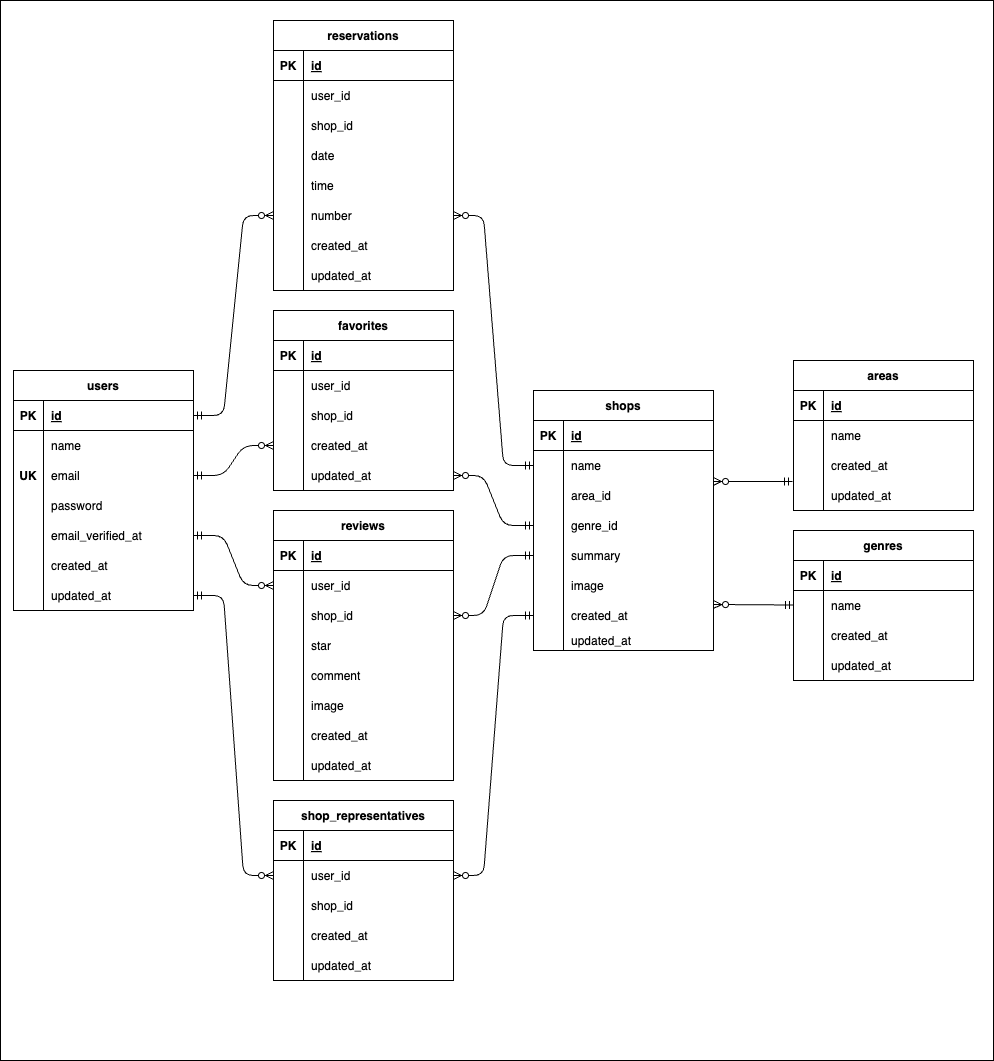
Earlier version of the draw.io export img/erd.png (mami-nakagawa/rese). Source tidied: cells renumbered, new cells last; positions are measured from the earlier drawing's top-left corner, leaving out a move shared by most shapes.
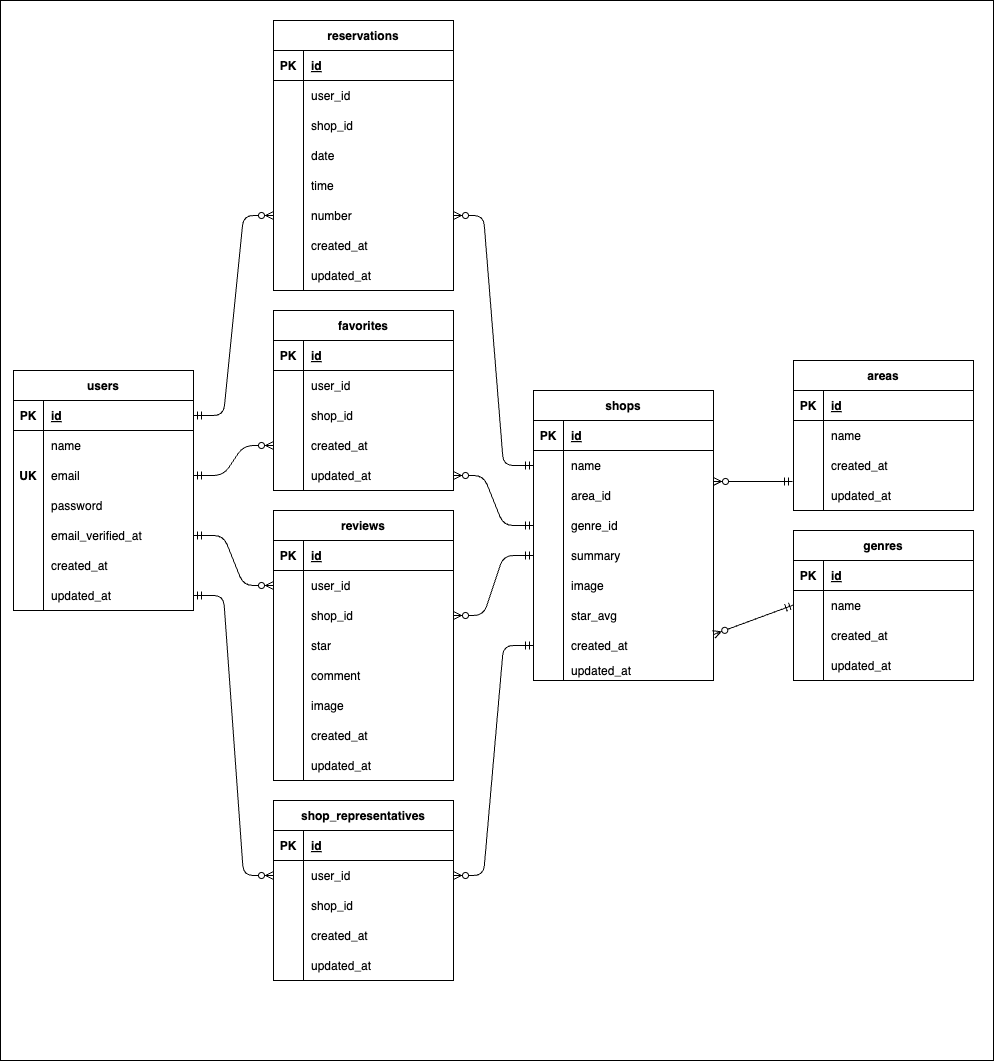
The same file after the commit.

What changed in the source:
```diff
@@ -6,7 +6,7 @@
       <mxGeometry width="993" height="1060" as="geometry" />
     </mxCell>
     <mxCell id="3" value="shops" style="shape=table;startSize=30;rowLines=0;fontStyle=1;align=center;" parent="1" vertex="1">
-      <mxGeometry x="533" y="390" width="180" height="260" as="geometry" />
+      <mxGeometry x="533" y="390" width="180" height="290" as="geometry" />
     </mxCell>
     <mxCell id="4" style="shape=tableRow;horizontal=0;startSize=0;swimlaneHead=0;swimlaneBody=0;fillColor=none;top=0;left=0;right=0;bottom=1;" parent="3" vertex="1">
       <mxGeometry y="30" width="180" height="30" as="geometry" />
@@ -62,8 +62,17 @@
     <mxCell id="21" value="image" style="shape=partialRectangle;fillColor=none;top=0;left=0;bottom=0;right=0;align=left;spacingLeft=6;overflow=hidden;" parent="19" vertex="1">
       <mxGeometry x="30" width="150" height="30" as="geometry" />
     </mxCell>
+    <mxCell id="168" style="shape=tableRow;horizontal=0;startSize=0;swimlaneHead=0;swimlaneBody=0;fillColor=none;top=0;left=0;right=0;bottom=0;" parent="3" vertex="1">
+      <mxGeometry y="210" width="180" height="30" as="geometry" />
+    </mxCell>
+    <mxCell id="169" style="shape=partialRectangle;fillColor=none;top=0;left=0;bottom=0;right=0;overflow=hidden;" parent="168" vertex="1">
+      <mxGeometry width="30" height="30" as="geometry" />
+    </mxCell>
+    <mxCell id="170" value="star_avg" style="shape=partialRectangle;fillColor=none;top=0;left=0;bottom=0;right=0;align=left;spacingLeft=6;overflow=hidden;" parent="168" vertex="1">
+      <mxGeometry x="30" width="150" height="30" as="geometry" />
+    </mxCell>
     <mxCell id="22" style="shape=tableRow;horizontal=0;startSize=0;swimlaneHead=0;swimlaneBody=0;fillColor=none;points=[[0,0.5],[1,0.5]];portConstraint=eastwest;top=0;left=0;right=0;bottom=0;" parent="3" vertex="1">
-      <mxGeometry y="210" width="180" height="30" as="geometry" />
+      <mxGeometry y="240" width="180" height="30" as="geometry" />
     </mxCell>
     <mxCell id="23" style="shape=partialRectangle;fillColor=none;top=0;left=0;bottom=0;right=0;overflow=hidden;" parent="22" vertex="1">
       <mxGeometry width="30" height="30" as="geometry" />
@@ -72,7 +81,7 @@
       <mxGeometry x="30" width="150" height="30" as="geometry" />
     </mxCell>
     <mxCell id="25" style="shape=tableRow;horizontal=0;startSize=0;swimlaneHead=0;swimlaneBody=0;fillColor=none;top=0;left=0;right=0;bottom=0;" parent="3" vertex="1">
-      <mxGeometry y="240" width="180" height="20" as="geometry" />
+      <mxGeometry y="270" width="180" height="20" as="geometry" />
     </mxCell>
     <mxCell id="26" style="shape=partialRectangle;fillColor=none;top=0;left=0;bottom=0;right=0;overflow=hidden;" parent="25" vertex="1">
       <mxGeometry width="30" height="20" as="geometry" />
```
